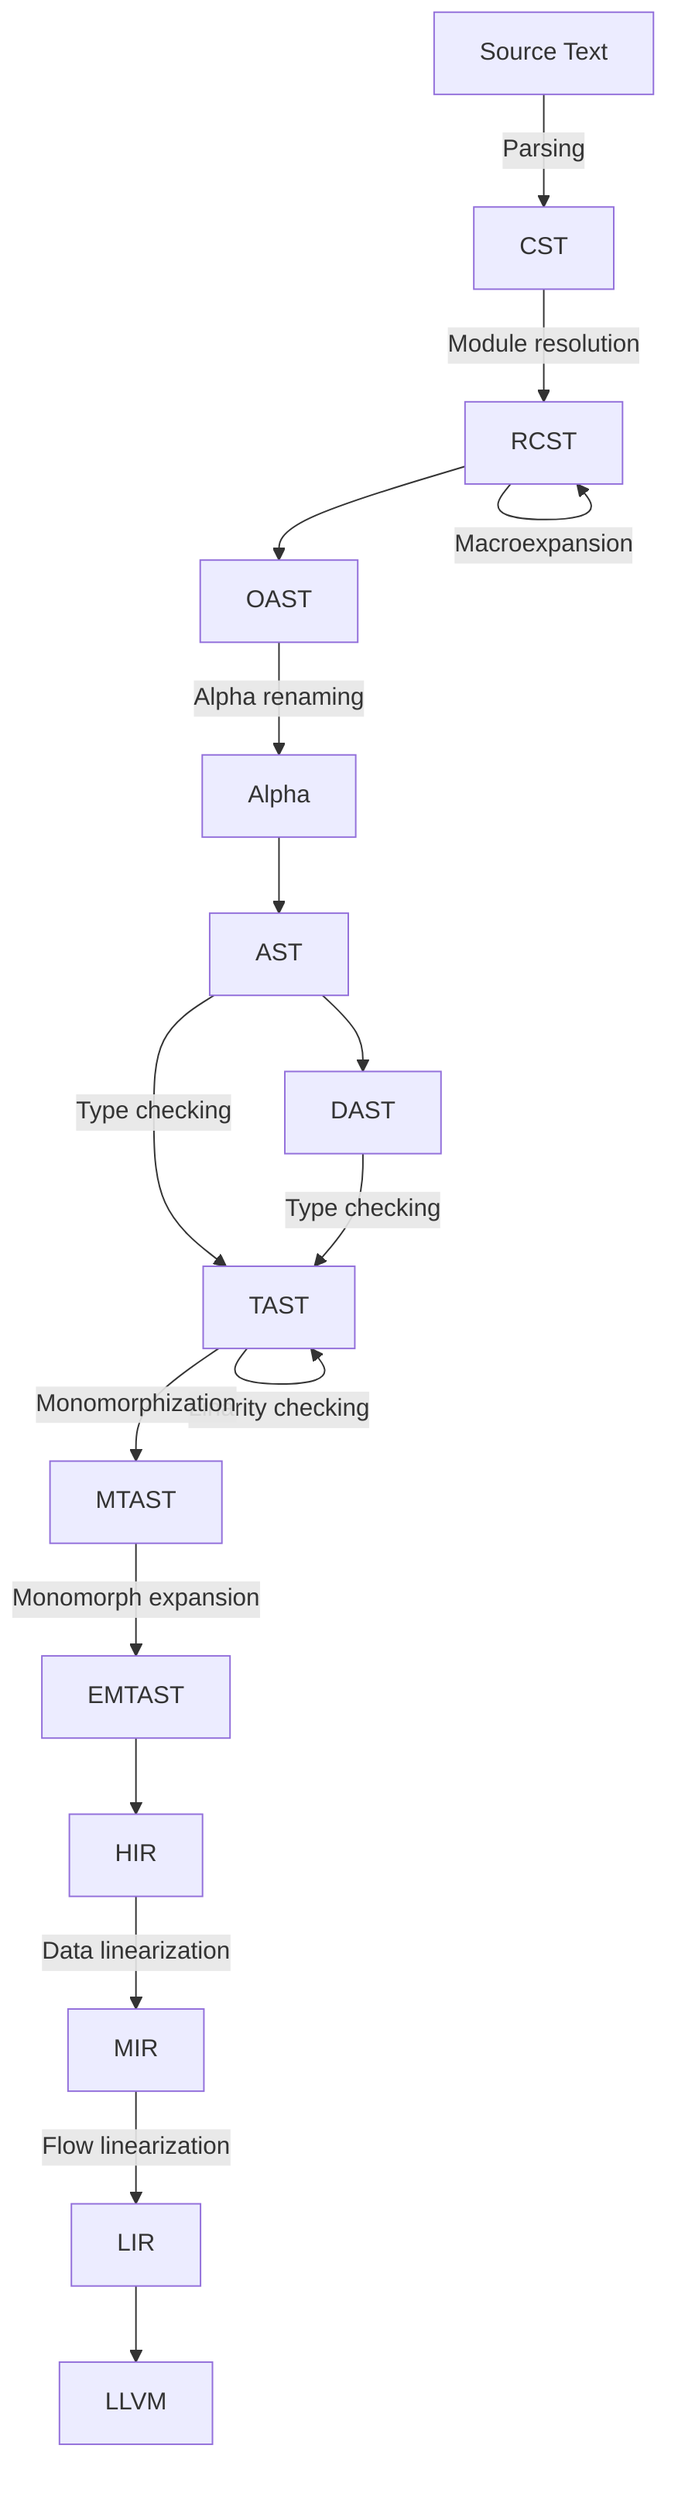
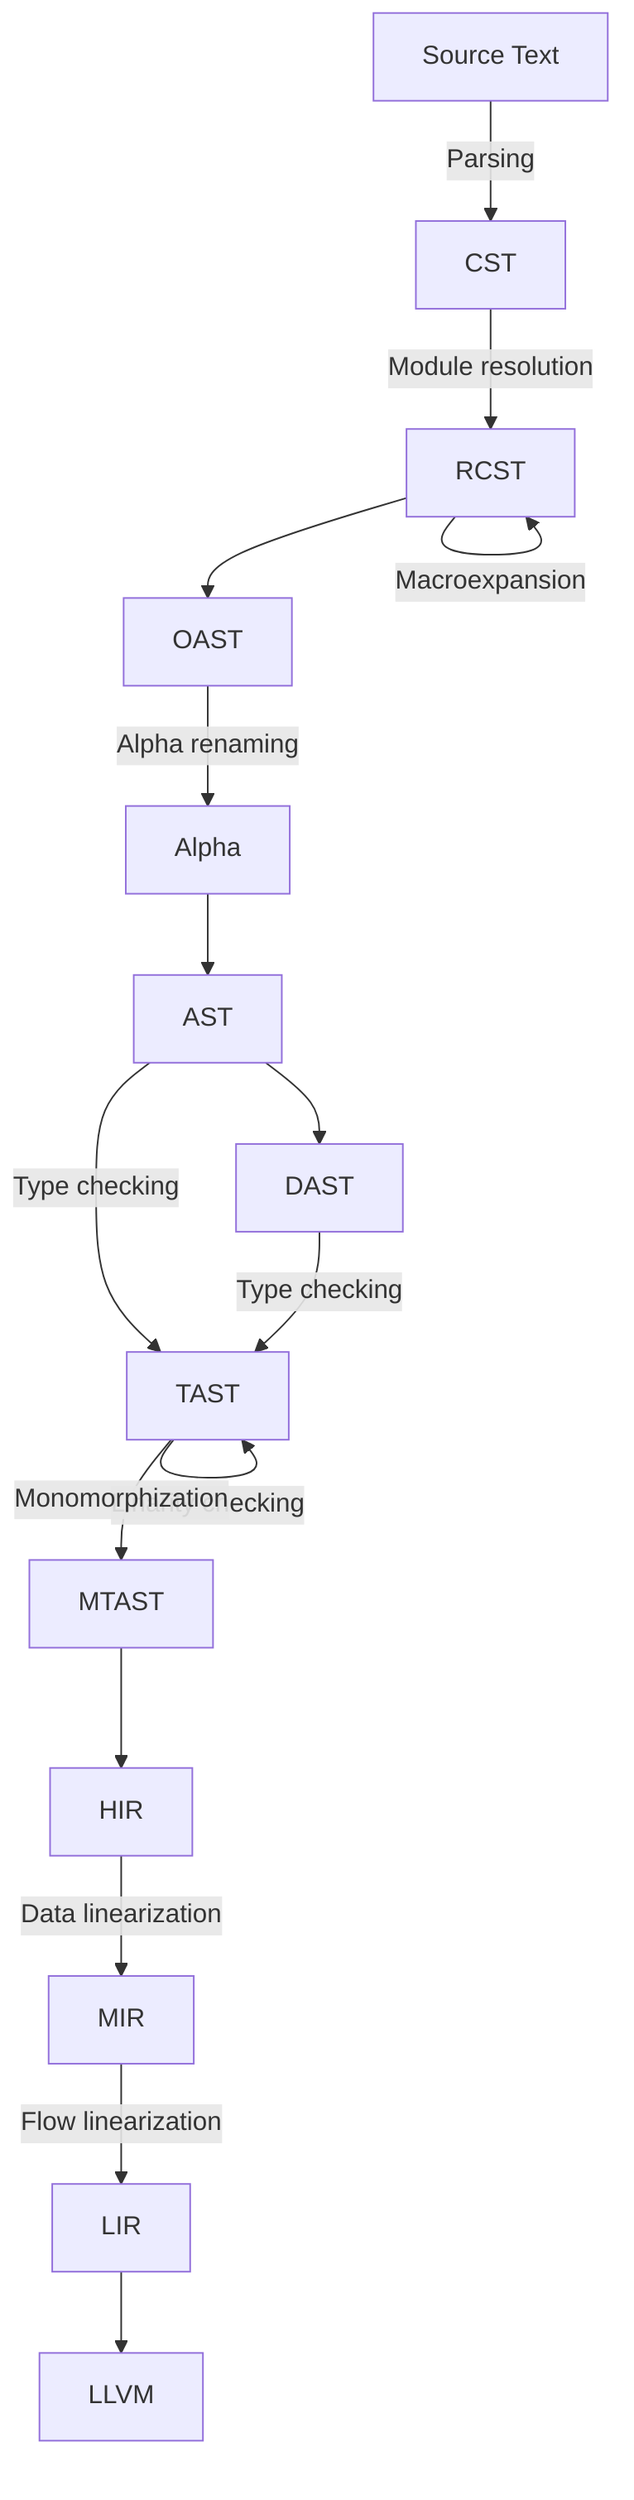
graph TB
    Text[Source Text] -->|Parsing| CST
    CST --> |Module resolution|RCST
    RCST --> OAST
    RCST --> |Macroexpansion|RCST
    OAST --> |Alpha renaming|Alpha
    Alpha --> AST
    AST --> DAST
    AST --> |Type checking|TAST
    DAST --> |Type checking|TAST
    TAST --> |Linarity checking|TAST
    TAST --> |Monomorphization|MTAST
-     MTAST --> |Monomorph expansion|EMTAST
-     EMTAST --> HIR
+     MTAST --> HIR
    HIR --> |Data linearization|MIR
    MIR --> |Flow linearization|LIR
    LIR --> LLVM
